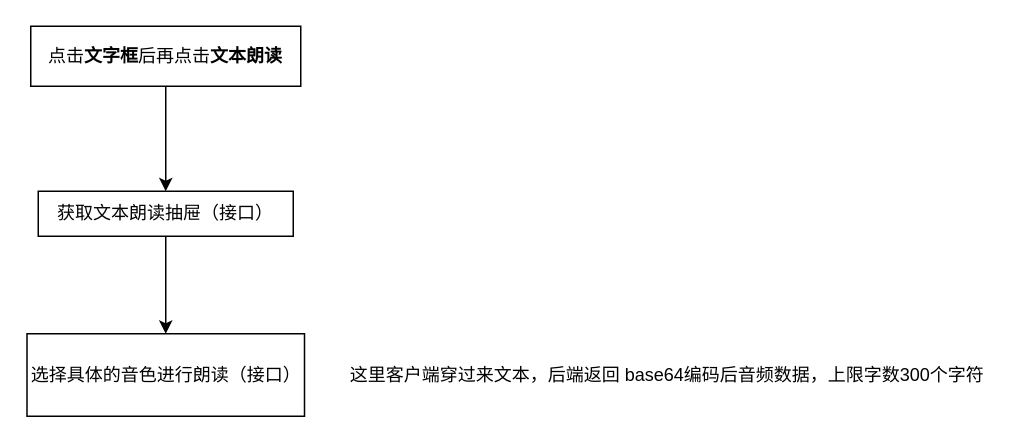
Song122/myimg_beg keeps this draw.io diagram as Untitled Diagram.drawio. Above is the earlier version. Source tidied: cells renumbered, new cells numbered last; positions are measured from the earlier drawing's top-left corner, leaving out a move shared by most shapes. Both pictures are drawn from the tidied source at 150%, with x=0, y=0 at pixel (27, 26).
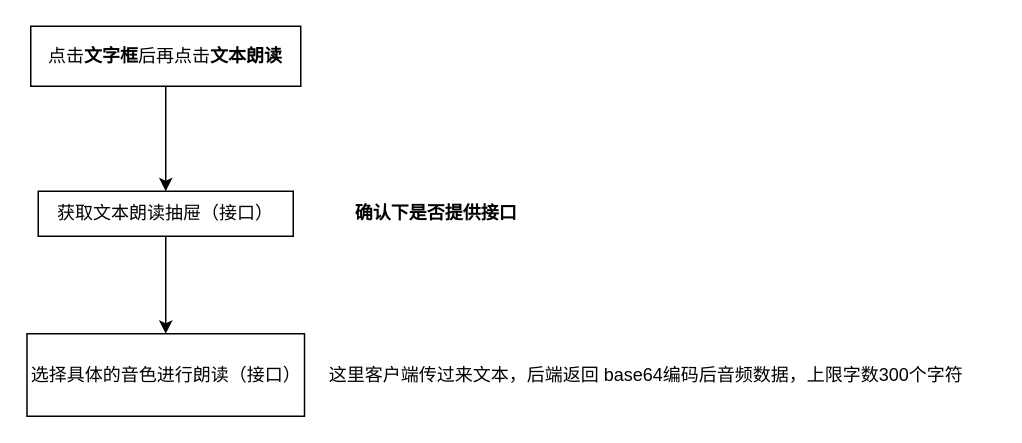
The same diagram, later.

Change to the diagram source:
```diff
@@
 <mxGraphModel>
   <root>
     <mxCell id="0" />
     <mxCell id="1" parent="0" />
     <mxCell id="2" style="edgeStyle=orthogonalEdgeStyle;rounded=0;jettySize=auto;html=1;fontColor=default;" parent="1" edge="1" source="3" target="5">
       <mxGeometry relative="1" as="geometry" />
     </mxCell>
     <mxCell id="3" value="点击&lt;b&gt;文字框&lt;/b&gt;后再点击&lt;b&gt;文本朗读&lt;/b&gt;" style="rounded=0;whiteSpace=wrap;html=1;fillColor=default;strokeColor=default;fontColor=default;" parent="1" vertex="1">
       <mxGeometry x="2" width="180" height="40" as="geometry" />
     </mxCell>
     <mxCell id="4" style="edgeStyle=orthogonalEdgeStyle;rounded=0;jettySize=auto;html=1;fontColor=default;" parent="1" edge="1" source="5" target="6">
       <mxGeometry relative="1" as="geometry" />
     </mxCell>
     <mxCell id="5" value="获取文本朗读抽屉（接口）" style="whiteSpace=wrap;html=1;rounded=0;fillColor=default;strokeColor=default;fontColor=default;" parent="1" vertex="1">
       <mxGeometry x="7" y="110" width="170" height="30" as="geometry" />
     </mxCell>
     <mxCell id="6" value="选择具体的音色进行朗读（接口）" style="whiteSpace=wrap;html=1;rounded=0;fillColor=default;strokeColor=default;fontColor=default;" parent="1" vertex="1">
       <mxGeometry x="-0.5" y="205" width="185" height="55" as="geometry" />
     </mxCell>
-    <mxCell id="7" value="这里客户端穿过来文本，后端返回 base64编码后音频数据，上限字数300个字符" style="text;html=1;align=center;verticalAlign=middle;strokeColor=none;fillColor=none;fontColor=default;" parent="1" vertex="1">
-      <mxGeometry x="206" y="222.5" width="440" height="20" as="geometry" />
+    <mxCell id="7" value="这里客户端传过来文本，后端返回 base64编码后音频数据，上限字数300个字符" style="text;html=1;align=center;verticalAlign=middle;strokeColor=none;fillColor=none;fontColor=default;" parent="1" vertex="1">
+      <mxGeometry x="192" y="222.5" width="440" height="20" as="geometry" />
     </mxCell>
+    <mxCell id="8" value="&lt;b&gt;确认下是否提供接口&lt;/b&gt;" style="text;html=1;align=center;verticalAlign=middle;strokeColor=none;fillColor=none;" parent="1" vertex="1">
+      <mxGeometry x="212" y="115" width="120" height="20" as="geometry" />
+    </mxCell>
   </root>
 </mxGraphModel>
```
